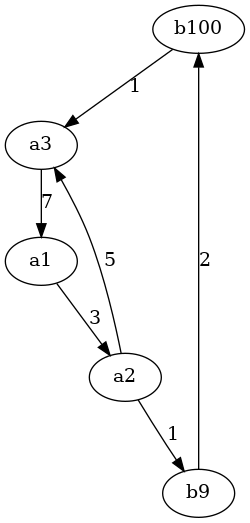
Above: aisd/lab5/labirint.png in kargamant/my_labs (Graphviz), before the change. Its source is kept beside it as aisd/lab5/labirint.dot.
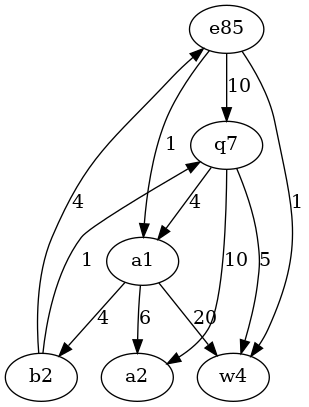
The same file after the commit.

The edit, as a diff of the source:
```diff
@@ -1,13 +1,19 @@
 digraph {
-b100
-b100->a3 [label=1, weight=1]
-b9
-b9->b100 [label=2, weight=2]
+e85
+e85->q7 [label=10, weight=10]
+e85->w4 [label=1, weight=1]
+e85->a1 [label=1, weight=1]
+w4
+q7
+q7->a1 [label=4, weight=4]
+q7->w4 [label=5, weight=5]
+q7->a2 [label=10, weight=10]
 a1
-a1->a2 [label=3, weight=3]
+a1->w4 [label=20, weight=20]
+a1->a2 [label=6, weight=6]
+a1->b2 [label=4, weight=4]
 a2
-a2->a3 [label=5, weight=5]
-a2->b9 [label=1, weight=1]
-a3
-a3->a1 [label=7, weight=7]
+b2
+b2->q7 [label=1, weight=1]
+b2->e85 [label=4, weight=4]
 }
```
